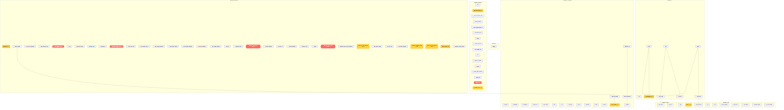
Before: project/flow.png, a diagram exported from Mermaid (wronai/code2docs). Its source is kept beside it as project/flow.mmd.
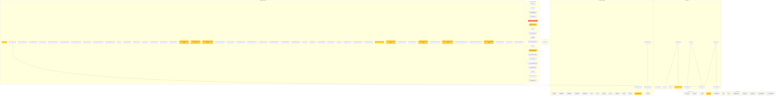
The same file after the commit.

Diff of the diagram source:
```diff
@@ -3,6 +3,16 @@
         code2docs____getattr__["__getattr__"]
     end
     subgraph code2docs_analyzers
+        code2docs__extract_all["extract_all"]
+        code2docs__parse["parse"]
+        code2docs___extract_summary["_extract_summary"]
+        code2docs___classify_section["_classify_section"]
+        code2docs___parse_sections{{_parse_sections CC=15}}
+        code2docs__coverage_report("coverage_report CC=8")
+        code2docs____init__["__init__"]
+        code2docs___build_llm_config["_build_llm_config"]
+        code2docs__analyze["analyze"]
+        code2docs__analyze_and_document["analyze_and_document"]
         code2docs__scan["scan"]
         code2docs___parse_pyproject("_parse_pyproject CC=8")
         code2docs___parse_pyproject_regex["_parse_pyproject_regex"]
@@ -12,16 +22,11 @@
         code2docs__detect["detect"]
         code2docs___parse_decorator["_parse_decorator"]
         code2docs___scan_django_urls["_scan_django_urls"]
-        code2docs____init__["__init__"]
-        code2docs___build_llm_config["_build_llm_config"]
-        code2docs__analyze["analyze"]
-        code2docs__analyze_and_document["analyze_and_document"]
-        code2docs__extract_all["extract_all"]
-        code2docs__parse{{parse CC=19}}
-        code2docs__coverage_report("coverage_report CC=8")
     end
     subgraph code2docs_cli
+        code2docs__cli__DefaultGroup__parse_args["parse_args"]
         code2docs__cli__main["main"]
+        code2docs__cli__generate["generate"]
         code2docs__cli__sync["sync"]
         code2docs__cli__watch["watch"]
         code2docs__cli__init["init"]
@@ -60,13 +65,25 @@
         code2docs___build_context["_build_context"]
         code2docs___calc_avg_complexity["_calc_avg_complexity"]
         code2docs___build_module_tree["_build_module_tree"]
-        code2docs___build_manual{{_build_manual CC=22}}
+        code2docs___build_manual["_build_manual"]
+        code2docs___build_overview_section["_build_overview_section"]
+        code2docs___build_install_section["_build_install_section"]
+        code2docs___build_quickstart_section["_build_quickstart_section"]
+        code2docs___build_api_section["_build_api_section"]
+        code2docs___build_structure_section["_build_structure_section"]
+        code2docs___build_endpoints_section["_build_endpoints_section"]
         code2docs__write["write"]
         code2docs__generators__readme_gen__generate_readme["generate_readme"]
         code2docs__generators__generate_docs["generate_docs"]
         code2docs____init__["__init__"]
         code2docs__generate_all["generate_all"]
-        code2docs___generate_module{{_generate_module CC=34}}
+        code2docs___generate_module["_generate_module"]
+        code2docs___render_header["_render_header"]
+        code2docs___render_overview["_render_overview"]
+        code2docs___render_classes_section("_render_classes_section CC=12")
+        code2docs___render_functions_section("_render_functions_section CC=9")
+        code2docs___render_dependencies_section("_render_dependencies_section CC=10")
+        code2docs___render_metrics_section["_render_metrics_section"]
         code2docs___count_file_lines["_count_file_lines"]
         code2docs___calc_module_avg_cc["_calc_module_avg_cc"]
         code2docs___get_module_docstring["_get_module_docstring"]
@@ -76,13 +93,6 @@
         code2docs___get_module_metrics["_get_module_metrics"]
         code2docs__write_all["write_all"]
         code2docs____init__["__init__"]
-        code2docs__generate_all["generate_all"]
-        code2docs___generate_index["_generate_index"]
-        code2docs___generate_module_api{{_generate_module_api CC=25}}
-        code2docs___get_class_methods["_get_class_methods"]
-        code2docs___format_signature["_format_signature"]
-        code2docs__write_all["write_all"]
-        code2docs____init__["__init__"]
         code2docs__generate["generate"]
         code2docs___get_git_log["_get_git_log"]
         code2docs___classify_message["_classify_message"]
@@ -90,19 +100,26 @@
         code2docs___render["_render"]
         code2docs____init__["__init__"]
         code2docs__generate_all["generate_all"]
-        code2docs___generate_basic_usage{{_generate_basic_usage CC=25}}
+        code2docs___generate_index["_generate_index"]
+        code2docs___generate_module_api["_generate_module_api"]
+        code2docs___render_api_header["_render_api_header"]
+        code2docs___render_api_classes("_render_api_classes CC=13")
+        code2docs___render_api_functions("_render_api_functions CC=11")
+        code2docs___render_api_imports["_render_api_imports"]
+        code2docs___get_class_methods["_get_class_methods"]
+        code2docs___format_signature["_format_signature"]
+        code2docs__write_all["write_all"]
+        code2docs____init__["__init__"]
+        code2docs__generate_all["generate_all"]
+        code2docs___generate_basic_usage("_generate_basic_usage CC=10")
+        code2docs___generate_import_section["_generate_import_section"]
+        code2docs___generate_class_usage_section("_generate_class_usage_section CC=8")
+        code2docs___generate_function_usage_section["_generate_function_usage_section"]
         code2docs___generate_entry_point_examples["_generate_entry_point_examples"]
         code2docs___generate_class_examples("_generate_class_examples CC=12")
         code2docs___get_major_classes["_get_major_classes"]
         code2docs___get_init_args["_get_init_args"]
         code2docs___get_public_methods["_get_public_methods"]
-        code2docs__write_all["write_all"]
-        code2docs____init__["__init__"]
-        code2docs__generate("generate CC=12")
-        code2docs___generate_module_graph("_generate_module_graph CC=9")
-        code2docs___generate_class_diagram("_generate_class_diagram CC=11")
-        code2docs___detect_layers("_detect_layers CC=8")
-        code2docs___generate_metrics_table["_generate_metrics_table"]
     end
     subgraph code2docs_sync
         code2docs__sync__updater__Updater____init__["__init__"]
@@ -117,19 +134,19 @@
         code2docs__sync__differ__Differ___file_to_module["_file_to_module"]
     end
     code2docs__formatters__badges__generate_badges --> code2docs__formatters__badges___make_badge
-    code2docs__cli__main --> code2docs__cli___load_config
-    code2docs__cli__main --> code2docs__cli___run_generate
+    code2docs__formatters__toc__generate_toc --> code2docs__formatters__toc__extract_headings
+    code2docs__formatters__toc__extract_headings --> code2docs__formatters__toc___slugify
+    code2docs___build_context --> code2docs__formatters__badges__generate_badges
+    code2docs__cli__generate --> code2docs__cli___load_config
+    code2docs__cli__generate --> code2docs__cli___run_generate
     code2docs__cli__sync --> code2docs__cli___load_config
     code2docs__cli__sync --> code2docs__cli___run_sync
     code2docs__cli__watch --> code2docs__cli___load_config
     code2docs__cli__watch --> code2docs__cli___run_watch
     code2docs__cli___load_config --> code2docs__config__Code2DocsConfig__from_yaml
     code2docs__cli___run_watch --> code2docs__sync__watcher__start_watcher
-    code2docs__formatters__toc__generate_toc --> code2docs__formatters__toc__extract_headings
-    code2docs__formatters__toc__extract_headings --> code2docs__formatters__toc___slugify
-    code2docs___build_context --> code2docs__formatters__badges__generate_badges
 
     classDef highCC fill:#ff6b6b,stroke:#c92a2a,color:#fff
     classDef medCC fill:#ffd43b,stroke:#f08c00,color:#000
-    class code2docs___build_manual,code2docs___generate_module,code2docs___generate_module_api,code2docs___generate_basic_usage,code2docs__parse highCC
-    class code2docs__sync__updater__Updater__apply,code2docs__formatters__badges___make_badge,code2docs__cli___run_generate,code2docs___generate_class_examples,code2docs__generate,code2docs___generate_module_graph,code2docs___generate_class_diagram,code2docs___detect_layers,code2docs___parse_pyproject,code2docs__coverage_report medCC
+    class code2docs___parse_sections highCC
+    class code2docs__sync__updater__Updater__apply,code2docs__formatters__badges___make_badge,code2docs___render_classes_section,code2docs___render_functions_section,code2docs___render_dependencies_section,code2docs___render_api_classes,code2docs___render_api_functions,code2docs___generate_basic_usage,code2docs___generate_class_usage_section,code2docs___generate_class_examples,code2docs__generate,code2docs___generate_module_graph,code2docs___generate_class_diagram,code2docs___detect_layers,code2docs__cli___run_generate,code2docs__coverage_report,code2docs___parse_pyproject medCC
```
